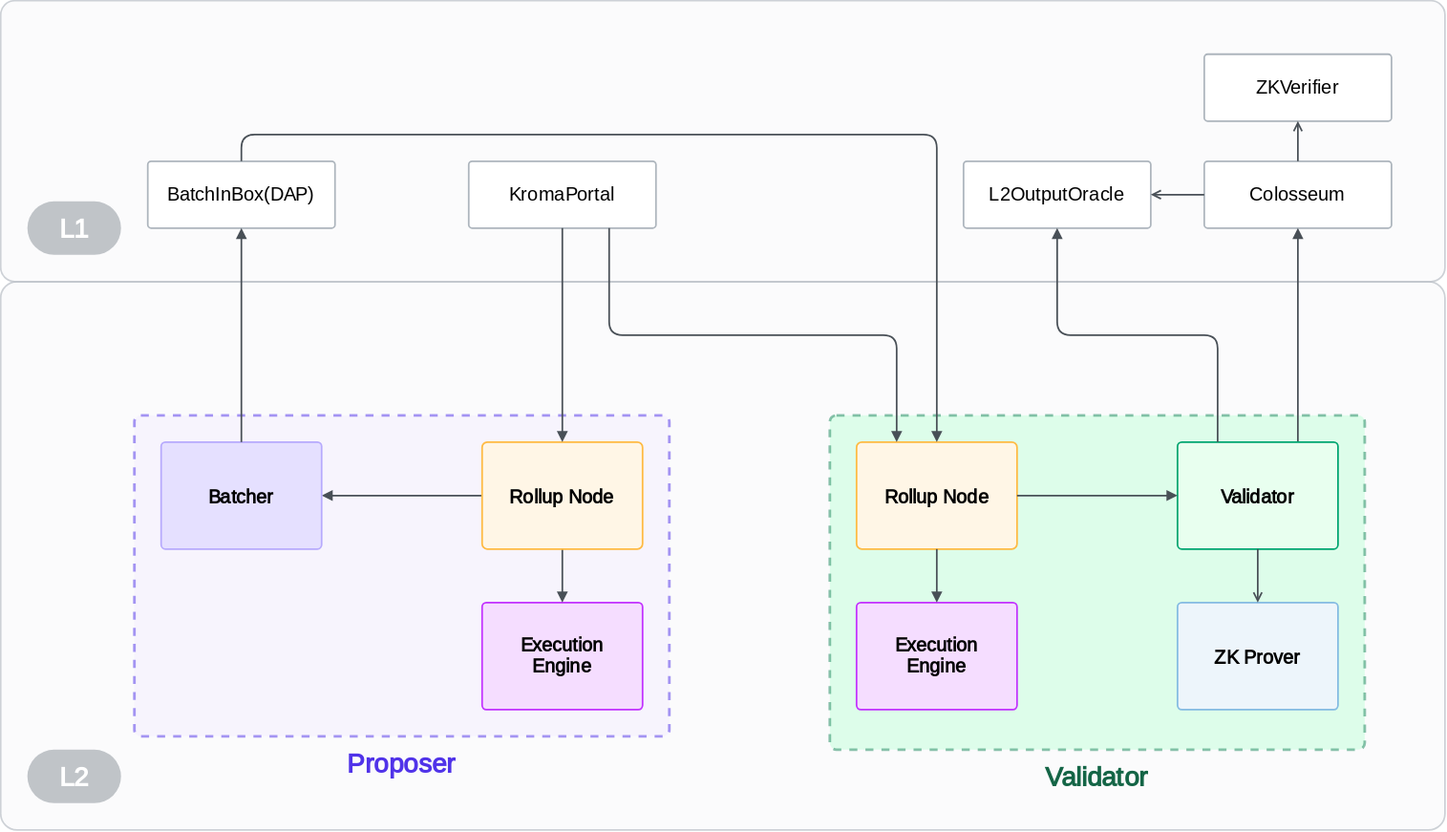
This is specs/assets/components.svg from kroma-network/kroma, a draw.io export, as it was before one commit. Source tidied: cells renumbered, new cells last; positions are measured from the earlier drawing's top-left corner, leaving out a move shared by most shapes.
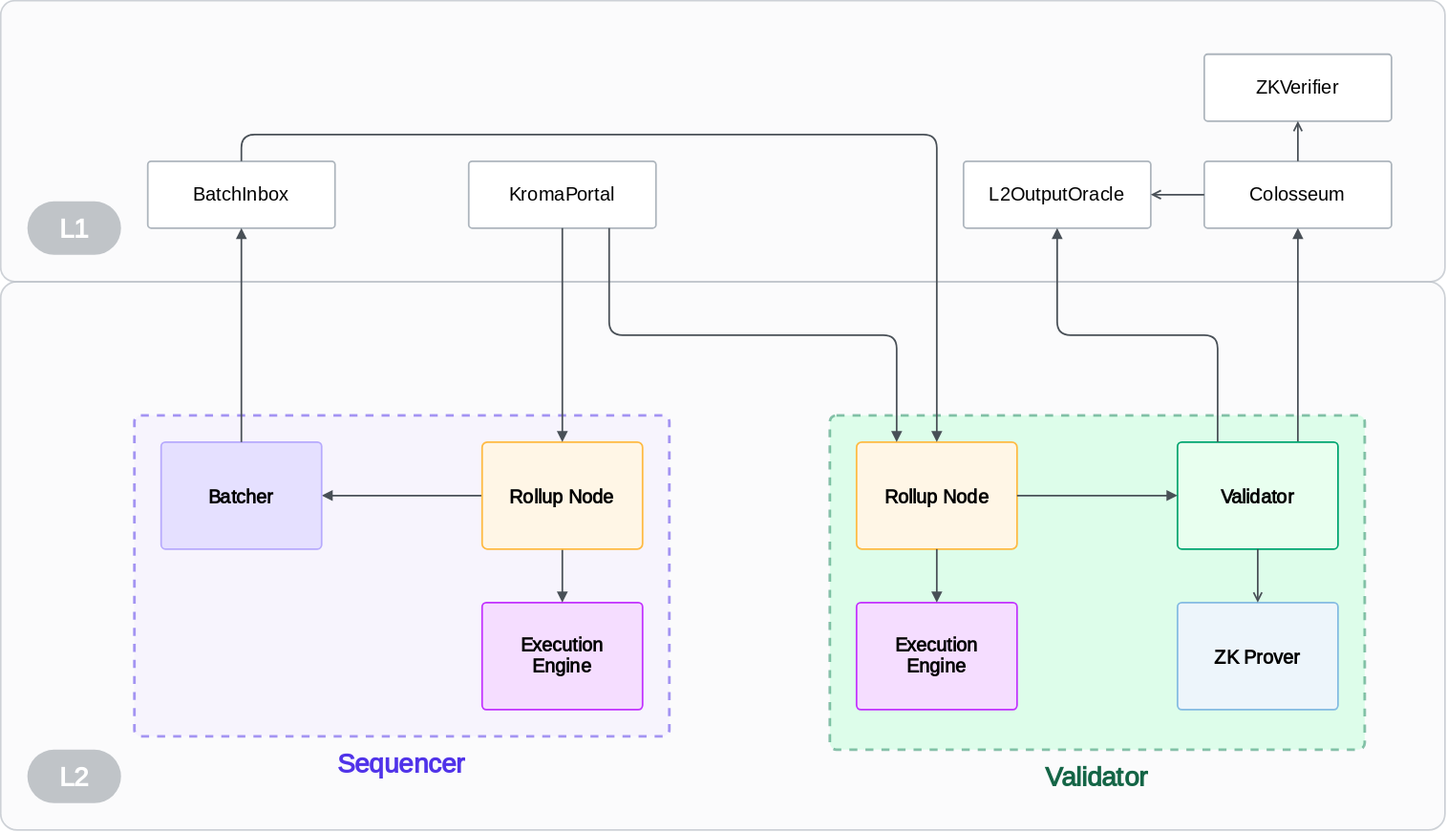
The same diagram one commit later.

The edit, as a diff of the source:
```diff
@@ -26,7 +26,7 @@
     <mxCell id="9" value="&lt;font style=&quot;font-size: 14px;&quot;&gt;KromaPortal&lt;br style=&quot;font-size: 14px;&quot;&gt;&lt;/font&gt;" style="rounded=1;whiteSpace=wrap;html=1;fontSize=14;fontFamily=Inter;fillColor=#FFFFFF;strokeColor=#ADB5BD;hachureGap=4;fontSource=https%3A%2F%2Ffonts.googleapis.com%2Fcss%3Ffamily%3DInter;arcSize=5;shadow=0;glass=0;spacing=0;strokeWidth=1.25;spacingTop=0;" parent="1" vertex="1">
       <mxGeometry x="350" y="120" width="140" height="50" as="geometry" />
     </mxCell>
-    <mxCell id="10" value="&lt;font style=&quot;font-size: 14px;&quot;&gt;BatchInBox(DAP)&lt;br style=&quot;font-size: 14px;&quot;&gt;&lt;/font&gt;" style="rounded=1;whiteSpace=wrap;html=1;fontSize=14;fontFamily=Inter;fillColor=#FFFFFF;strokeColor=#ADB5BD;hachureGap=4;fontSource=https%3A%2F%2Ffonts.googleapis.com%2Fcss%3Ffamily%3DInter;arcSize=5;shadow=0;glass=0;spacing=0;strokeWidth=1.25;spacingTop=0;" parent="1" vertex="1">
+    <mxCell id="10" value="&lt;font style=&quot;font-size: 14px;&quot;&gt;BatchInbox&lt;br style=&quot;font-size: 14px;&quot;&gt;&lt;/font&gt;" style="rounded=1;whiteSpace=wrap;html=1;fontSize=14;fontFamily=Inter;fillColor=#FFFFFF;strokeColor=#ADB5BD;hachureGap=4;fontSource=https%3A%2F%2Ffonts.googleapis.com%2Fcss%3Ffamily%3DInter;arcSize=5;shadow=0;glass=0;spacing=0;strokeWidth=1.25;spacingTop=0;" parent="1" vertex="1">
       <mxGeometry x="110" y="120" width="140" height="50" as="geometry" />
     </mxCell>
     <mxCell id="11" style="edgeStyle=orthogonalEdgeStyle;rounded=1;jettySize=auto;html=1;entryX=0.5;entryY=1;entryDx=0;entryDy=0;endArrow=block;fontSize=16;fontFamily=Inter;strokeColor=#495057;hachureGap=4;fontSource=https%3A%2F%2Ffonts.googleapis.com%2Fcss%3Ffamily%3DInter;sourcePerimeterSpacing=0;targetPerimeterSpacing=0;strokeWidth=1.25;endFill=1;endSize=5;startSize=5;startArrow=none;startFill=0;exitX=0.75;exitY=0;exitDx=0;exitDy=0;" parent="1" edge="1" source="16" target="6">
@@ -62,7 +62,7 @@
     <mxCell id="21" value="&lt;p style=&quot;line-height: 100%; font-size: 14px;&quot;&gt;Batcher&lt;br style=&quot;font-size: 14px;&quot;&gt;&lt;/p&gt;" style="rounded=1;whiteSpace=wrap;html=1;fontSize=14;fontFamily=Inter;fillColor=#E5E0FF;strokeColor=#B7AAFD;hachureGap=4;fontSource=https%3A%2F%2Ffonts.googleapis.com%2Fcss%3Ffamily%3DInter;arcSize=4;shadow=0;glass=0;spacing=0;strokeWidth=1.25;spacingTop=0;spacingLeft=10;spacingRight=10;fontStyle=1;" parent="1" vertex="1">
       <mxGeometry x="120" y="330" width="120" height="80" as="geometry" />
     </mxCell>
-    <mxCell id="22" value="Proposer" style="text;whiteSpace=wrap;fontSize=20;fontFamily=Inter;fontColor=#5033E9;align=center;fontStyle=1;html=1;spacing=2;verticalAlign=middle;" parent="1" vertex="1">
+    <mxCell id="22" value="Sequencer" style="text;whiteSpace=wrap;fontSize=20;fontFamily=Inter;fontColor=#5033E9;align=center;fontStyle=1;html=1;spacing=2;verticalAlign=middle;" parent="1" vertex="1">
       <mxGeometry x="245" y="550" width="110" height="40" as="geometry" />
     </mxCell>
     <mxCell id="23" value="Validator" style="text;whiteSpace=wrap;fontSize=20;fontFamily=Inter;fontColor=#146546;align=center;fontStyle=1;html=1;spacing=2;verticalAlign=middle;" parent="1" vertex="1">
```
